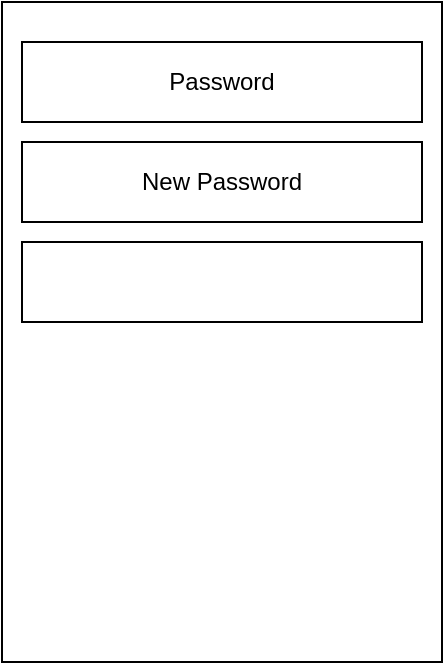
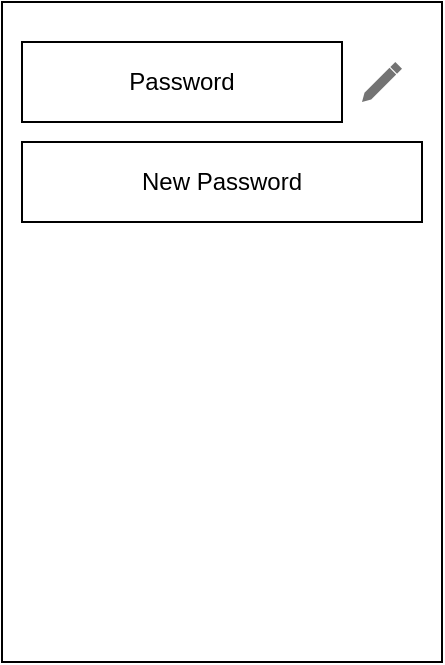
<mxfile host="65bd71144e">
    <diagram id="sjTv0YCN3FJlPjP7VC1Z" name="Page-1">
-         <mxGraphModel dx="832" dy="475" grid="1" gridSize="10" guides="1" tooltips="1" connect="1" arrows="1" fold="1" page="1" pageScale="1" pageWidth="850" pageHeight="1100" math="0" shadow="0">
+         <mxGraphModel dx="662" dy="475" grid="1" gridSize="10" guides="1" tooltips="1" connect="1" arrows="1" fold="1" page="1" pageScale="1" pageWidth="850" pageHeight="1100" math="0" shadow="0">
            <root>
                <mxCell id="0"/>
                <mxCell id="1" parent="0"/>
-                 <mxCell id="2" value="" style="rounded=0;whiteSpace=wrap;html=1;" vertex="1" parent="1">
-                     <mxGeometry x="350" y="30" width="220" height="330" as="geometry"/>
+                 <mxCell id="2" value="" style="rounded=0;whiteSpace=wrap;html=1;" parent="1" vertex="1">
+                     <mxGeometry x="80" y="50" width="220" height="330" as="geometry"/>
                </mxCell>
-                 <mxCell id="3" value="Password" style="rounded=0;whiteSpace=wrap;html=1;" vertex="1" parent="1">
-                     <mxGeometry x="360" y="50" width="200" height="40" as="geometry"/>
+                 <mxCell id="3" value="Password" style="rounded=0;whiteSpace=wrap;html=1;" parent="1" vertex="1">
+                     <mxGeometry x="90" y="70" width="160" height="40" as="geometry"/>
                </mxCell>
-                 <mxCell id="4" value="New Password" style="rounded=0;whiteSpace=wrap;html=1;" vertex="1" parent="1">
-                     <mxGeometry x="360" y="100" width="200" height="40" as="geometry"/>
+                 <mxCell id="4" value="New Password" style="rounded=0;whiteSpace=wrap;html=1;" parent="1" vertex="1">
+                     <mxGeometry x="90" y="120" width="200" height="40" as="geometry"/>
                </mxCell>
-                 <mxCell id="5" value="" style="rounded=0;whiteSpace=wrap;html=1;" vertex="1" parent="1">
-                     <mxGeometry x="360" y="150" width="200" height="40" as="geometry"/>
+                 <mxCell id="5" value="" style="html=1;dashed=0;aspect=fixed;verticalLabelPosition=bottom;verticalAlign=top;align=center;shape=mxgraph.gmdl.edit;strokeColor=none;fillColor=#737373;shadow=0;sketch=0;" vertex="1" parent="1">
+                     <mxGeometry x="260" y="80" width="20" height="20" as="geometry"/>
                </mxCell>
            </root>
        </mxGraphModel>
    </diagram>
</mxfile>